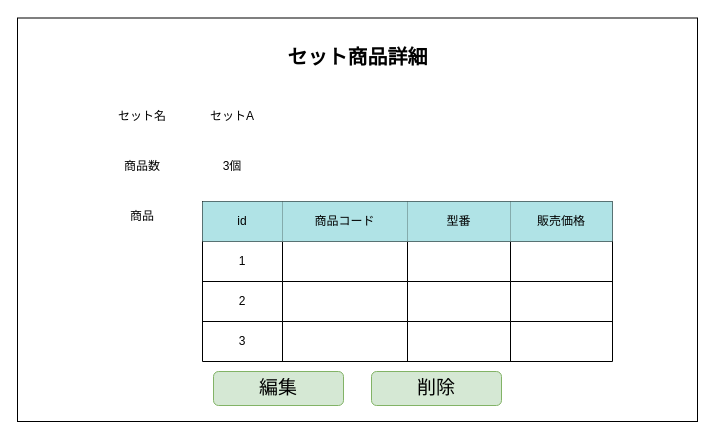
HaruShim/Sotuken keeps this draw.io diagram as page "S07-03 セット商品詳細" (3 of 4) of 各種設計書/6.画面設計書/S07_在庫.drawio. Above is the earlier version. Source tidied: cells renumbered, new cells numbered last; positions are measured from the earlier drawing's top-left corner, leaving out a move shared by most shapes. Both pictures are drawn from the tidied source at 100%, with x=0, y=0 at pixel (17, 17). Pictures stored in the file or linked from it are replaced by grey dashed boxes.
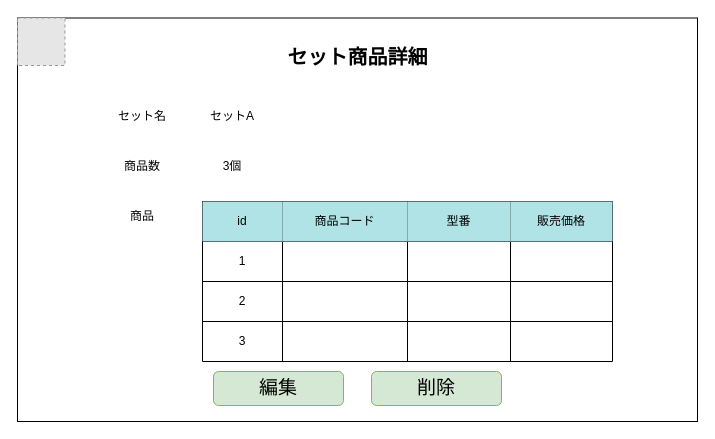
After the change.

The edit, as a diff of the source:
```diff
@@
+    <mxCell id="34" style="fillColor=#E6E6E6;strokeColor=#999999;dashed=1;html=1;verticalAlign=top;verticalLabelPosition=bottom;labelBackgroundColor=#ffffff;" parent="1" vertex="1">
+      <mxGeometry y="0.5" width="47.5" height="47.5" as="geometry" />
+    </mxCell>
```
